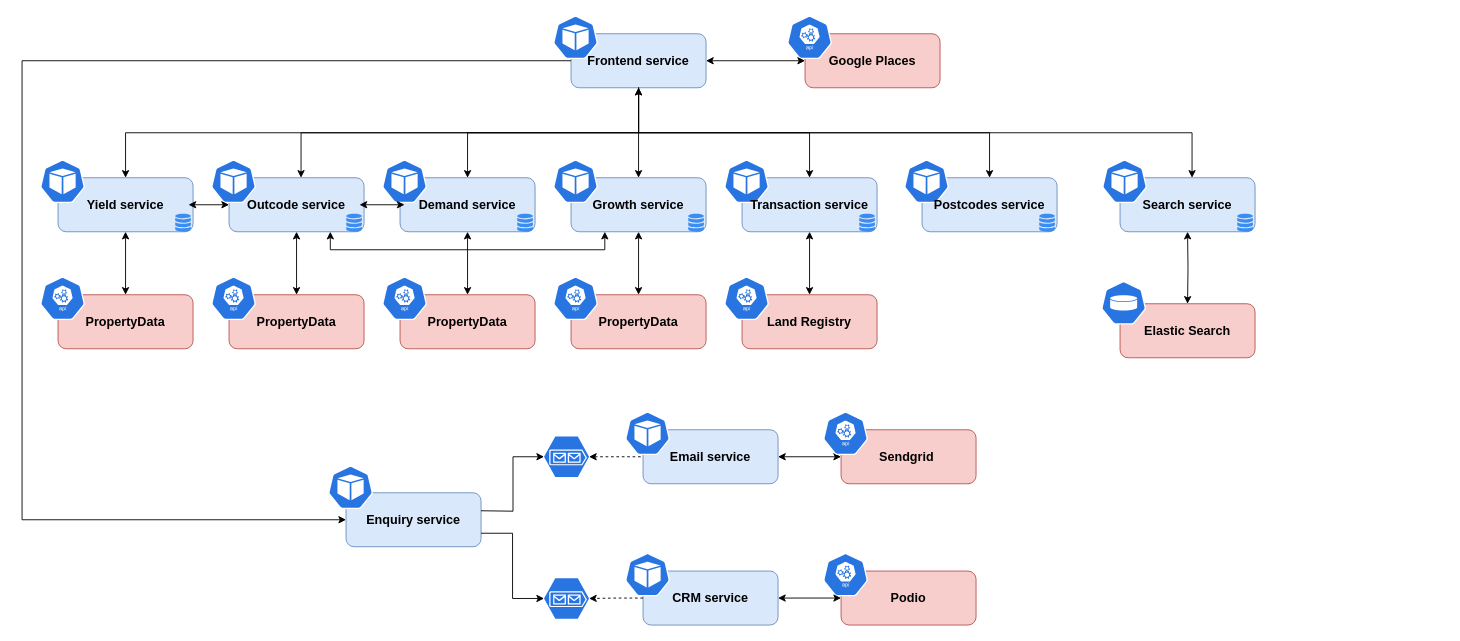
dicolasi/acme keeps this draw.io diagram as Untitled Diagram.drawio. Above is the earlier version. Source tidied: cells renumbered, new cells numbered last; positions are measured from the earlier drawing's top-left corner, leaving out a move shared by most shapes. Both pictures are drawn from the tidied source at 90%, with x=0, y=0 at pixel (22, 15).
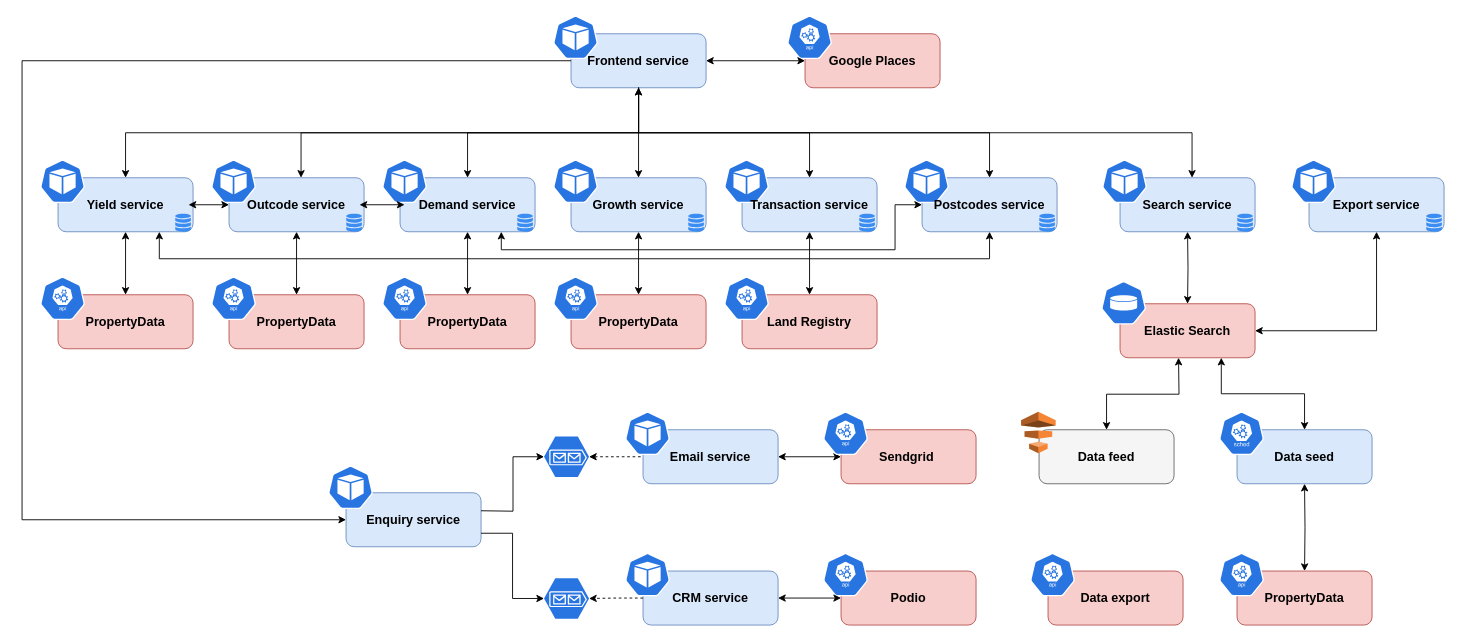
The same diagram, later.

Unchanged cells that the change refers to:
```xml
<mxCell id="7" style="rounded=1;whiteSpace=wrap;html=1;fillColor=#dae8fc;strokeColor=#6c8ebf;" parent="6" vertex="1">
  <mxGeometry x="20" y="20" width="150" height="60" as="geometry" />
</mxCell>
<mxCell id="12" style="rounded=1;whiteSpace=wrap;html=1;fillColor=#dae8fc;strokeColor=#6c8ebf;" parent="11" vertex="1">
  <mxGeometry x="20" y="20" width="150" height="60" as="geometry" />
</mxCell>
<mxCell id="16" style="rounded=1;whiteSpace=wrap;html=1;fillColor=#dae8fc;strokeColor=#6c8ebf;" parent="15" vertex="1">
  <mxGeometry x="20" y="20" width="150" height="60" as="geometry" />
</mxCell>
<mxCell id="34" style="rounded=1;whiteSpace=wrap;html=1;fillColor=#dae8fc;strokeColor=#6c8ebf;" parent="33" vertex="1">
  <mxGeometry x="20" y="20" width="150" height="60" as="geometry" />
</mxCell>
<mxCell id="77" style="rounded=1;whiteSpace=wrap;html=1;fillColor=#dae8fc;strokeColor=#6c8ebf;" parent="76" vertex="1">
  <mxGeometry x="20" y="20" width="150" height="60" as="geometry" />
</mxCell>
<mxCell id="109" style="rounded=1;whiteSpace=wrap;html=1;fillColor=#f8cecc;strokeColor=#b85450;" parent="108" vertex="1">
  <mxGeometry x="20" y="20" width="150" height="60" as="geometry" />
</mxCell>
```

What changed in the source:
```diff
@@
-    <mxCell id="75" style="edgeStyle=orthogonalEdgeStyle;rounded=0;jettySize=auto;html=1;exitX=0.25;exitY=1;exitDx=0;exitDy=0;entryX=0.75;entryY=1;entryDx=0;entryDy=0;fontSize=14;fontColor=#000000;startArrow=classic;startFill=1;endArrow=classic;endFill=1;" parent="1" edge="1" source="16" target="7">
-      <mxGeometry relative="1" as="geometry" />
-    </mxCell>
@@
+    <mxCell id="115" style="edgeStyle=orthogonalEdgeStyle;rounded=0;jettySize=auto;html=1;exitX=0.75;exitY=1;exitDx=0;exitDy=0;entryX=0;entryY=0.5;entryDx=0;entryDy=0;fontSize=14;fontColor=#000000;startArrow=classic;startFill=1;endArrow=classic;endFill=1;strokeColor=#000000;strokeWidth=1;" parent="1" edge="1" source="12" target="34">
+      <mxGeometry relative="1" as="geometry">
+        <Array as="points">
+          <mxPoint x="533" y="260" />
+          <mxPoint x="970" y="260" />
+          <mxPoint x="970" y="210" />
+        </Array>
+      </mxGeometry>
+    </mxCell>
+    <mxCell id="116" style="edgeStyle=orthogonalEdgeStyle;rounded=0;jettySize=auto;html=1;exitX=0.75;exitY=1;exitDx=0;exitDy=0;entryX=0.5;entryY=1;entryDx=0;entryDy=0;fontSize=14;fontColor=#000000;startArrow=classic;startFill=1;endArrow=classic;endFill=1;strokeColor=#000000;strokeWidth=1;" parent="1" edge="1" source="77" target="34">
+      <mxGeometry relative="1" as="geometry">
+        <Array as="points">
+          <mxPoint x="153" y="270" />
+          <mxPoint x="1075" y="270" />
+        </Array>
+      </mxGeometry>
+    </mxCell>
+    <mxCell id="117" style="group;" parent="1" vertex="1">
+      <mxGeometry x="1410" y="160" width="170" height="80" as="geometry" />
+    </mxCell>
+    <mxCell id="118" style="rounded=1;whiteSpace=wrap;html=1;fillColor=#dae8fc;strokeColor=#6c8ebf;" parent="117" vertex="1">
+      <mxGeometry x="20" y="20" width="150" height="60" as="geometry" />
+    </mxCell>
+    <mxCell id="119" style="html=1;dashed=0;whitespace=wrap;fillColor=#2875E2;strokeColor=#ffffff;shape=mxgraph.kubernetes.icon;prIcon=pod;" parent="117" vertex="1">
+      <mxGeometry width="50" height="48" as="geometry" />
+    </mxCell>
+    <mxCell id="120" value="&lt;div style=&quot;font-size: 14px&quot;&gt;&lt;b style=&quot;font-size: 14px&quot;&gt;Export service&lt;/b&gt;&lt;/div&gt;" style="text;html=1;strokeColor=none;fillColor=none;align=center;verticalAlign=middle;whiteSpace=wrap;rounded=0;fontSize=14;" parent="117" vertex="1">
+      <mxGeometry x="25" y="30" width="140" height="40" as="geometry" />
+    </mxCell>
+    <mxCell id="121" style="html=1;strokeColor=none;shadow=0;align=center;verticalAlign=top;fillColor=#3B8DF1;shape=mxgraph.gcp2.cloud_monitoring;fontSize=14;fontColor=#000000;" parent="117" vertex="1">
+      <mxGeometry x="150" y="60" width="18" height="20" as="geometry" />
+    </mxCell>
+    <mxCell id="122" style="edgeStyle=orthogonalEdgeStyle;rounded=0;jettySize=auto;html=1;exitX=0.5;exitY=1;exitDx=0;exitDy=0;entryX=1;entryY=0.5;entryDx=0;entryDy=0;fontSize=21;fontColor=#000000;startArrow=classic;startFill=1;endArrow=classic;endFill=1;strokeColor=#000000;strokeWidth=1;" parent="1" edge="1" source="118" target="109">
+      <mxGeometry relative="1" as="geometry" />
+    </mxCell>
+    <mxCell id="123" style="edgeStyle=orthogonalEdgeStyle;rounded=0;jettySize=auto;html=1;fontSize=21;fontColor=#000000;startArrow=classic;startFill=1;endArrow=classic;endFill=1;strokeColor=#000000;strokeWidth=1;exitX=0.5;exitY=0;exitDx=0;exitDy=0;" parent="1" edge="1" source="125">
+      <mxGeometry relative="1" as="geometry">
+        <mxPoint x="1285" y="380" as="targetPoint" />
+      </mxGeometry>
+    </mxCell>
+    <mxCell id="124" style="group;" parent="1" vertex="1">
+      <mxGeometry x="1110" y="440" width="170" height="80" as="geometry" />
+    </mxCell>
+    <mxCell id="125" style="rounded=1;whiteSpace=wrap;html=1;fillColor=#f5f5f5;strokeColor=#666666;fontColor=#333333;" parent="124" vertex="1">
+      <mxGeometry x="20" y="20" width="150" height="60" as="geometry" />
+    </mxCell>
+    <mxCell id="126" value="&lt;div style=&quot;font-size: 14px&quot;&gt;&lt;b style=&quot;font-size: 14px&quot;&gt;Data feed&lt;/b&gt;&lt;/div&gt;" style="text;html=1;strokeColor=none;fillColor=none;align=center;verticalAlign=middle;whiteSpace=wrap;rounded=0;fontSize=14;" parent="124" vertex="1">
+      <mxGeometry x="25" y="30" width="140" height="40" as="geometry" />
+    </mxCell>
+    <mxCell id="127" style="dashed=0;verticalLabelPosition=bottom;verticalAlign=top;align=center;html=1;shape=mxgraph.aws3.data_pipeline;fillColor=#F58534;gradientColor=none;fontSize=21;fontColor=#000000;" parent="124" vertex="1">
+      <mxGeometry width="38.5" height="46.2" as="geometry" />
+    </mxCell>
+    <mxCell id="128" style="group;" parent="1" vertex="1">
+      <mxGeometry x="1330" y="440" width="170" height="80" as="geometry" />
+    </mxCell>
+    <mxCell id="129" style="rounded=1;whiteSpace=wrap;html=1;fillColor=#dae8fc;strokeColor=#6c8ebf;" parent="128" vertex="1">
+      <mxGeometry x="20" y="20" width="150" height="60" as="geometry" />
+    </mxCell>
+    <mxCell id="130" value="&lt;div style=&quot;font-size: 14px&quot;&gt;&lt;b&gt;Data seed&lt;/b&gt;&lt;/div&gt;" style="text;html=1;strokeColor=none;fillColor=none;align=center;verticalAlign=middle;whiteSpace=wrap;rounded=0;fontSize=14;" parent="128" vertex="1">
+      <mxGeometry x="25" y="30" width="140" height="40" as="geometry" />
+    </mxCell>
+    <mxCell id="131" style="html=1;dashed=0;whitespace=wrap;fillColor=#2875E2;strokeColor=#ffffff;shape=mxgraph.kubernetes.icon;prIcon=sched;fontSize=21;fontColor=#000000;" parent="128" vertex="1">
+      <mxGeometry width="50" height="48" as="geometry" />
+    </mxCell>
+    <mxCell id="132" style="edgeStyle=orthogonalEdgeStyle;rounded=0;jettySize=auto;html=1;exitX=0.75;exitY=1;exitDx=0;exitDy=0;entryX=0.5;entryY=0;entryDx=0;entryDy=0;fontSize=21;fontColor=#000000;startArrow=classic;startFill=1;endArrow=classic;endFill=1;strokeColor=#000000;strokeWidth=1;" parent="1" edge="1" source="109" target="129">
+      <mxGeometry relative="1" as="geometry" />
+    </mxCell>
+    <mxCell id="133" style="group;" parent="1" vertex="1">
+      <mxGeometry x="1330" y="597" width="170" height="80" as="geometry" />
+    </mxCell>
+    <mxCell id="134" style="rounded=1;whiteSpace=wrap;html=1;fillColor=#f8cecc;strokeColor=#b85450;" parent="133" vertex="1">
+      <mxGeometry x="20" y="20" width="150" height="60" as="geometry" />
+    </mxCell>
+    <mxCell id="135" value="&lt;div style=&quot;font-size: 14px&quot;&gt;&lt;b&gt;PropertyData&lt;/b&gt;&lt;/div&gt;" style="text;html=1;strokeColor=none;fillColor=none;align=center;verticalAlign=middle;whiteSpace=wrap;rounded=0;fontSize=14;" parent="133" vertex="1">
+      <mxGeometry x="25" y="30" width="140" height="40" as="geometry" />
+    </mxCell>
+    <mxCell id="136" style="html=1;dashed=0;whitespace=wrap;fillColor=#2875E2;strokeColor=#ffffff;shape=mxgraph.kubernetes.icon;prIcon=api;fontSize=14;fontColor=#000000;" parent="133" vertex="1">
+      <mxGeometry width="50" height="48" as="geometry" />
+    </mxCell>
+    <mxCell id="137" style="edgeStyle=orthogonalEdgeStyle;rounded=0;jettySize=auto;html=1;fontSize=21;fontColor=#000000;startArrow=classic;startFill=1;endArrow=classic;endFill=1;strokeColor=#000000;strokeWidth=1;entryX=0.5;entryY=0;entryDx=0;entryDy=0;" parent="1" edge="1" target="134">
+      <mxGeometry relative="1" as="geometry">
+        <mxPoint x="1425" y="520" as="sourcePoint" />
+      </mxGeometry>
+    </mxCell>
+    <mxCell id="138" style="group;" parent="1" vertex="1">
+      <mxGeometry x="1120" y="597" width="170" height="80" as="geometry" />
+    </mxCell>
+    <mxCell id="139" style="rounded=1;whiteSpace=wrap;html=1;fillColor=#f8cecc;strokeColor=#b85450;" parent="138" vertex="1">
+      <mxGeometry x="20" y="20" width="150" height="60" as="geometry" />
+    </mxCell>
+    <mxCell id="140" value="&lt;div style=&quot;font-size: 14px&quot;&gt;&lt;b style=&quot;font-size: 14px&quot;&gt;Data export&lt;/b&gt;&lt;/div&gt;" style="text;html=1;strokeColor=none;fillColor=none;align=center;verticalAlign=middle;whiteSpace=wrap;rounded=0;fontSize=14;" parent="138" vertex="1">
+      <mxGeometry x="25" y="30" width="140" height="40" as="geometry" />
+    </mxCell>
+    <mxCell id="141" style="html=1;dashed=0;whitespace=wrap;fillColor=#2875E2;strokeColor=#ffffff;shape=mxgraph.kubernetes.icon;prIcon=api;fontSize=14;fontColor=#000000;" parent="138" vertex="1">
+      <mxGeometry width="50" height="48" as="geometry" />
+    </mxCell>
```
